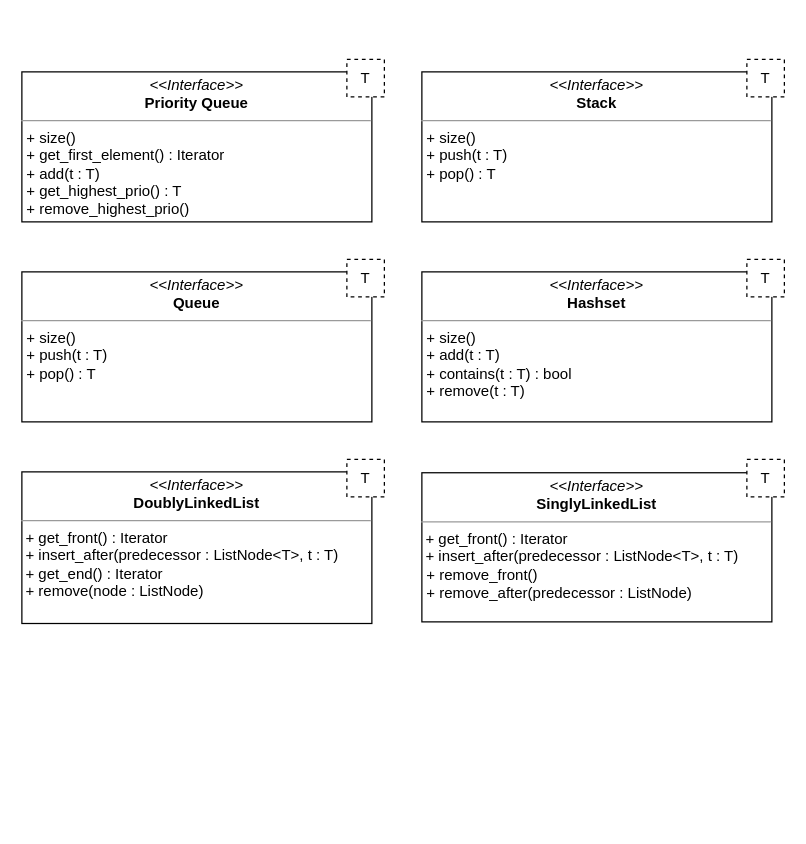
Earlier version of the draw.io diagram docs/User Interface/user_interface.drawio (christiangoerdes/Data-Structures). Source tidied: cells renumbered, new cells numbered last; positions are measured from the earlier drawing's top-left corner, leaving out a move shared by most shapes. Both pictures are drawn from the tidied source at 125%, with x=0, y=0 at pixel (21, 59).
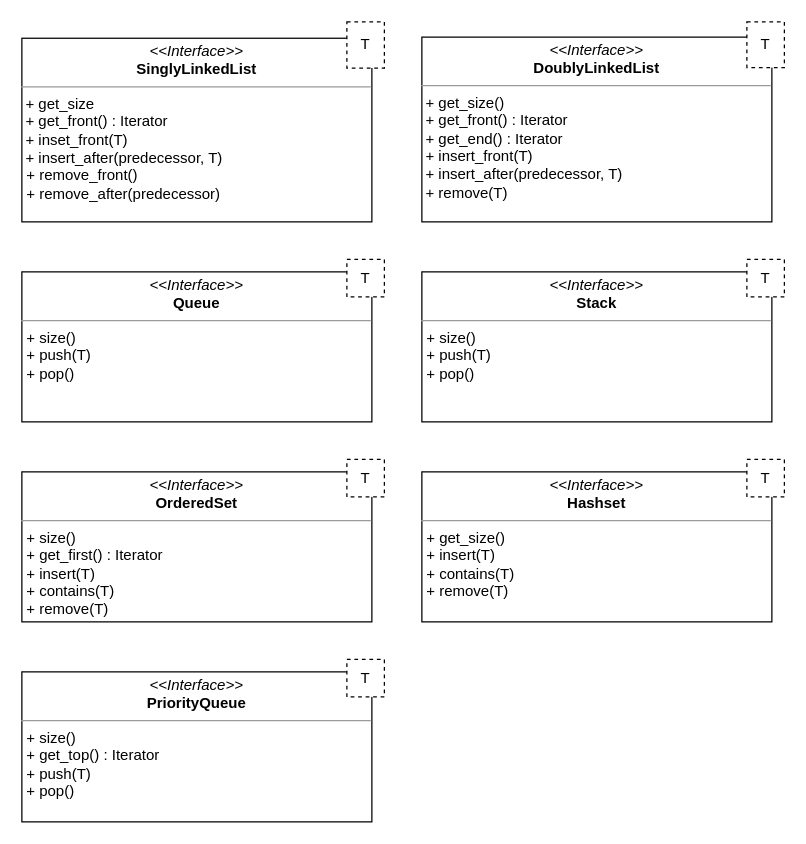
After the change.

The change refers to these unchanged cells:
```xml
<mxCell id="8" style="group;" parent="1" vertex="1">
  <mxGeometry y="160" width="290" height="130" as="geometry" />
</mxCell>
```

The edit, as a diff of the source:
```diff
@@
     <mxCell id="2" style="group;" parent="1" vertex="1">
-      <mxGeometry y="320" width="290" height="131.3" as="geometry" />
+      <mxGeometry x="320" y="-30" width="290" height="160" as="geometry" />
     </mxCell>
-    <mxCell id="3" value="&lt;p style=&quot;margin:0px;margin-top:4px;text-align:center;&quot;&gt;&lt;i&gt;&amp;lt;&amp;lt;Interface&amp;gt;&amp;gt;&lt;/i&gt;&lt;br&gt;&lt;b&gt;DoublyLinkedList&lt;/b&gt;&lt;/p&gt;&lt;hr size=&quot;1&quot;&gt;&amp;nbsp;+ get_front() : Iterator&lt;br&gt;&lt;div&gt;&amp;nbsp;+ insert_after(predecessor : ListNode&amp;lt;T&amp;gt;, t : T)&lt;/div&gt;&lt;div&gt;&amp;nbsp;+ get_end() : Iterator&lt;/div&gt;&lt;div&gt;&amp;nbsp;+ remove(node : ListNode)&lt;/div&gt;" style="verticalAlign=top;align=left;overflow=fill;fontSize=12;fontFamily=Helvetica;html=1;whiteSpace=wrap;" parent="2" vertex="1">
-      <mxGeometry y="10" width="280" height="121.3" as="geometry" />
+    <mxCell id="3" value="&lt;p style=&quot;margin:0px;margin-top:4px;text-align:center;&quot;&gt;&lt;i&gt;&amp;lt;&amp;lt;Interface&amp;gt;&amp;gt;&lt;/i&gt;&lt;br&gt;&lt;b&gt;DoublyLinkedList&lt;/b&gt;&lt;/p&gt;&lt;hr size=&quot;1&quot;&gt;&amp;nbsp;+ get_size()&amp;nbsp;&lt;br&gt;&amp;nbsp;+ get_front() : Iterator&lt;br&gt;&amp;nbsp;+ get_end() : Iterator&lt;br&gt;&amp;nbsp;+ insert_front(T)&lt;br&gt;&lt;div&gt;&amp;nbsp;+ insert_after(predecessor, T)&lt;/div&gt;&lt;div&gt;&amp;nbsp;+ remove(T)&lt;/div&gt;" style="verticalAlign=top;align=left;overflow=fill;fontSize=12;fontFamily=Helvetica;html=1;whiteSpace=wrap;" parent="2" vertex="1">
+      <mxGeometry y="12.2" width="280" height="147.8" as="geometry" />
     </mxCell>
     <mxCell id="4" value="T" style="fontStyle=0;dashed=1;html=1;whiteSpace=wrap;" parent="2" vertex="1">
-      <mxGeometry x="260" width="30" height="30" as="geometry" />
+      <mxGeometry x="260" width="30" height="36.6" as="geometry" />
     </mxCell>
-    <mxCell id="5" style="group;" parent="1" vertex="1">
-      <mxGeometry x="320" y="160" width="290" height="130" as="geometry" />
-    </mxCell>
-    <mxCell id="6" value="&lt;p style=&quot;margin:0px;margin-top:4px;text-align:center;&quot;&gt;&lt;i&gt;&amp;lt;&amp;lt;Interface&amp;gt;&amp;gt;&lt;/i&gt;&lt;br&gt;&lt;b&gt;Hashset&lt;/b&gt;&lt;/p&gt;&lt;hr size=&quot;1&quot;&gt;&lt;p style=&quot;margin:0px;margin-left:4px;&quot;&gt;+ size()&amp;nbsp;&lt;/p&gt;&lt;p style=&quot;margin:0px;margin-left:4px;&quot;&gt;+ add(t : T)&lt;/p&gt;&lt;p style=&quot;margin:0px;margin-left:4px;&quot;&gt;+ contains(t : T) : bool&lt;/p&gt;&lt;p style=&quot;margin:0px;margin-left:4px;&quot;&gt;+ remove(t : T)&lt;/p&gt;" style="verticalAlign=top;align=left;overflow=fill;fontSize=12;fontFamily=Helvetica;html=1;whiteSpace=wrap;" parent="5" vertex="1">
-      <mxGeometry y="10" width="280" height="120" as="geometry" />
-    </mxCell>
-    <mxCell id="7" value="T" style="fontStyle=0;dashed=1;html=1;whiteSpace=wrap;" parent="5" vertex="1">
-      <mxGeometry x="260" width="30" height="30" as="geometry" />
-    </mxCell>
@@
-    <mxCell id="9" value="&lt;p style=&quot;margin:0px;margin-top:4px;text-align:center;&quot;&gt;&lt;i&gt;&amp;lt;&amp;lt;Interface&amp;gt;&amp;gt;&lt;/i&gt;&lt;br&gt;&lt;b&gt;Queue&lt;/b&gt;&lt;/p&gt;&lt;hr size=&quot;1&quot;&gt;&lt;p style=&quot;border-color: var(--border-color); margin: 0px 0px 0px 4px;&quot;&gt;+ size()&amp;nbsp;&lt;/p&gt;&lt;p style=&quot;border-color: var(--border-color); margin: 0px 0px 0px 4px;&quot;&gt;+ push(t : T)&lt;/p&gt;&lt;p style=&quot;border-color: var(--border-color); margin: 0px 0px 0px 4px;&quot;&gt;+ pop() : T&lt;/p&gt;" style="verticalAlign=top;align=left;overflow=fill;fontSize=12;fontFamily=Helvetica;html=1;whiteSpace=wrap;" parent="8" vertex="1">
+    <mxCell id="9" value="&lt;p style=&quot;margin:0px;margin-top:4px;text-align:center;&quot;&gt;&lt;i&gt;&amp;lt;&amp;lt;Interface&amp;gt;&amp;gt;&lt;/i&gt;&lt;br&gt;&lt;b&gt;Queue&lt;/b&gt;&lt;/p&gt;&lt;hr size=&quot;1&quot;&gt;&lt;p style=&quot;border-color: var(--border-color); margin: 0px 0px 0px 4px;&quot;&gt;+ size()&amp;nbsp;&lt;/p&gt;&lt;p style=&quot;border-color: var(--border-color); margin: 0px 0px 0px 4px;&quot;&gt;+ push(T)&lt;/p&gt;&lt;p style=&quot;border-color: var(--border-color); margin: 0px 0px 0px 4px;&quot;&gt;+ pop()&lt;/p&gt;" style="verticalAlign=top;align=left;overflow=fill;fontSize=12;fontFamily=Helvetica;html=1;whiteSpace=wrap;" parent="8" vertex="1">
       <mxGeometry y="10" width="280" height="120" as="geometry" />
     </mxCell>
@@
     <mxCell id="11" style="group;" parent="1" vertex="1">
-      <mxGeometry x="320" y="320" width="290" height="130" as="geometry" />
+      <mxGeometry y="-30" width="290" height="160" as="geometry" />
     </mxCell>
-    <mxCell id="12" value="&lt;p style=&quot;margin:0px;margin-top:4px;text-align:center;&quot;&gt;&lt;i&gt;&amp;lt;&amp;lt;Interface&amp;gt;&amp;gt;&lt;/i&gt;&lt;br&gt;&lt;b&gt;SinglyLinkedList&lt;/b&gt;&lt;/p&gt;&lt;hr size=&quot;1&quot;&gt;&amp;nbsp;+ get_front() : Iterator&lt;br&gt;&amp;nbsp;+ insert_after(predecessor : ListNode&amp;lt;T&amp;gt;, t : T)&lt;b&gt;&lt;br&gt;&lt;/b&gt;&lt;p style=&quot;margin:0px;margin-left:4px;&quot;&gt;+ remove_front()&lt;/p&gt;&lt;p style=&quot;margin:0px;margin-left:4px;&quot;&gt;+ remove_after(predecessor : ListNode)&lt;/p&gt;" style="verticalAlign=top;align=left;overflow=fill;fontSize=12;fontFamily=Helvetica;html=1;whiteSpace=wrap;" parent="11" vertex="1">
-      <mxGeometry y="10.7" width="280" height="119.3" as="geometry" />
+    <mxCell id="12" value="&lt;p style=&quot;margin:0px;margin-top:4px;text-align:center;&quot;&gt;&lt;i&gt;&amp;lt;&amp;lt;Interface&amp;gt;&amp;gt;&lt;/i&gt;&lt;br&gt;&lt;b&gt;SinglyLinkedList&lt;/b&gt;&lt;/p&gt;&lt;hr size=&quot;1&quot;&gt;&amp;nbsp;+ get_size&amp;nbsp;&lt;br&gt;&amp;nbsp;+ get_front() : Iterator&lt;br&gt;&amp;nbsp;+ inset_front(T)&lt;br&gt;&amp;nbsp;+ insert_after(predecessor, T)&lt;b&gt;&lt;br&gt;&lt;/b&gt;&lt;p style=&quot;margin:0px;margin-left:4px;&quot;&gt;+ remove_front()&lt;/p&gt;&lt;p style=&quot;margin:0px;margin-left:4px;&quot;&gt;+ remove_after(predecessor)&lt;/p&gt;" style="verticalAlign=top;align=left;overflow=fill;fontSize=12;fontFamily=Helvetica;html=1;whiteSpace=wrap;" parent="11" vertex="1">
+      <mxGeometry y="13.1" width="280" height="146.9" as="geometry" />
     </mxCell>
     <mxCell id="13" value="T" style="fontStyle=0;dashed=1;html=1;whiteSpace=wrap;" parent="11" vertex="1">
-      <mxGeometry x="260" width="30" height="30" as="geometry" />
+      <mxGeometry x="260" width="30" height="36.9" as="geometry" />
     </mxCell>
     <mxCell id="14" style="group;" parent="1" vertex="1">
-      <mxGeometry width="290" height="130" as="geometry" />
+      <mxGeometry y="480" width="290" height="130" as="geometry" />
     </mxCell>
-    <mxCell id="15" value="&lt;p style=&quot;margin:0px;margin-top:4px;text-align:center;&quot;&gt;&lt;i&gt;&amp;lt;&amp;lt;Interface&amp;gt;&amp;gt;&lt;/i&gt;&lt;br&gt;&lt;b&gt;Priority Queue&lt;/b&gt;&lt;/p&gt;&lt;hr size=&quot;1&quot;&gt;&lt;p style=&quot;margin:0px;margin-left:4px;&quot;&gt;+ size()&amp;nbsp;&lt;/p&gt;&lt;p style=&quot;margin:0px;margin-left:4px;&quot;&gt;&lt;span style=&quot;background-color: initial;&quot;&gt;+ get_first_element() : Iterator&lt;/span&gt;&lt;/p&gt;&lt;p style=&quot;margin:0px;margin-left:4px;&quot;&gt;+ add(t : T)&lt;/p&gt;&lt;p style=&quot;margin:0px;margin-left:4px;&quot;&gt;+ get_highest_prio() : T&lt;/p&gt;&lt;p style=&quot;margin:0px;margin-left:4px;&quot;&gt;+ remove_highest_prio()&lt;/p&gt;" style="verticalAlign=top;align=left;overflow=fill;fontSize=12;fontFamily=Helvetica;html=1;whiteSpace=wrap;" parent="14" vertex="1">
+    <mxCell id="15" value="&lt;p style=&quot;margin:0px;margin-top:4px;text-align:center;&quot;&gt;&lt;i&gt;&amp;lt;&amp;lt;Interface&amp;gt;&amp;gt;&lt;/i&gt;&lt;br&gt;&lt;b&gt;PriorityQueue&lt;/b&gt;&lt;/p&gt;&lt;hr size=&quot;1&quot;&gt;&lt;p style=&quot;margin:0px;margin-left:4px;&quot;&gt;+ size()&amp;nbsp;&lt;/p&gt;&lt;p style=&quot;margin:0px;margin-left:4px;&quot;&gt;&lt;span style=&quot;background-color: initial;&quot;&gt;+ get_top() : Iterator&lt;/span&gt;&lt;/p&gt;&lt;p style=&quot;margin:0px;margin-left:4px;&quot;&gt;+ push(T)&lt;/p&gt;&lt;p style=&quot;margin:0px;margin-left:4px;&quot;&gt;+ pop()&lt;/p&gt;" style="verticalAlign=top;align=left;overflow=fill;fontSize=12;fontFamily=Helvetica;html=1;whiteSpace=wrap;" parent="14" vertex="1">
       <mxGeometry y="10" width="280" height="120" as="geometry" />
     </mxCell>
@@
     <mxCell id="17" style="group;" parent="1" vertex="1">
-      <mxGeometry x="320" width="290" height="130" as="geometry" />
+      <mxGeometry x="320" y="160" width="290" height="130" as="geometry" />
     </mxCell>
-    <mxCell id="18" value="&lt;p style=&quot;margin:0px;margin-top:4px;text-align:center;&quot;&gt;&lt;i&gt;&amp;lt;&amp;lt;Interface&amp;gt;&amp;gt;&lt;/i&gt;&lt;br&gt;&lt;b&gt;Stack&lt;/b&gt;&lt;/p&gt;&lt;hr size=&quot;1&quot;&gt;&lt;p style=&quot;margin:0px;margin-left:4px;&quot;&gt;+ size()&amp;nbsp;&lt;/p&gt;&lt;p style=&quot;margin:0px;margin-left:4px;&quot;&gt;+ push(t : T)&lt;/p&gt;&lt;p style=&quot;margin:0px;margin-left:4px;&quot;&gt;+ pop() : T&lt;/p&gt;" style="verticalAlign=top;align=left;overflow=fill;fontSize=12;fontFamily=Helvetica;html=1;whiteSpace=wrap;" parent="17" vertex="1">
+    <mxCell id="18" value="&lt;p style=&quot;margin:0px;margin-top:4px;text-align:center;&quot;&gt;&lt;i&gt;&amp;lt;&amp;lt;Interface&amp;gt;&amp;gt;&lt;/i&gt;&lt;br&gt;&lt;b&gt;Stack&lt;/b&gt;&lt;/p&gt;&lt;hr size=&quot;1&quot;&gt;&lt;p style=&quot;margin:0px;margin-left:4px;&quot;&gt;+ size()&amp;nbsp;&lt;/p&gt;&lt;p style=&quot;margin:0px;margin-left:4px;&quot;&gt;+ push(T)&lt;/p&gt;&lt;p style=&quot;margin:0px;margin-left:4px;&quot;&gt;+ pop()&lt;/p&gt;" style="verticalAlign=top;align=left;overflow=fill;fontSize=12;fontFamily=Helvetica;html=1;whiteSpace=wrap;" parent="17" vertex="1">
       <mxGeometry y="10" width="280" height="120" as="geometry" />
     </mxCell>
@@
+    <mxCell id="20" style="group;" parent="1" vertex="1">
+      <mxGeometry x="320" y="320" width="290" height="130" as="geometry" />
+    </mxCell>
+    <mxCell id="21" value="&lt;p style=&quot;margin:0px;margin-top:4px;text-align:center;&quot;&gt;&lt;i&gt;&amp;lt;&amp;lt;Interface&amp;gt;&amp;gt;&lt;/i&gt;&lt;br&gt;&lt;b&gt;Hashset&lt;/b&gt;&lt;/p&gt;&lt;hr size=&quot;1&quot;&gt;&lt;p style=&quot;margin:0px;margin-left:4px;&quot;&gt;+ get_size()&amp;nbsp;&lt;/p&gt;&lt;p style=&quot;margin:0px;margin-left:4px;&quot;&gt;+ insert(T)&lt;/p&gt;&lt;p style=&quot;margin:0px;margin-left:4px;&quot;&gt;+ contains(T)&lt;/p&gt;&lt;p style=&quot;margin:0px;margin-left:4px;&quot;&gt;+ remove(T)&lt;/p&gt;" style="verticalAlign=top;align=left;overflow=fill;fontSize=12;fontFamily=Helvetica;html=1;whiteSpace=wrap;" parent="20" vertex="1">
+      <mxGeometry y="10" width="280" height="120" as="geometry" />
+    </mxCell>
+    <mxCell id="22" value="T" style="fontStyle=0;dashed=1;html=1;whiteSpace=wrap;" parent="20" vertex="1">
+      <mxGeometry x="260" width="30" height="30" as="geometry" />
+    </mxCell>
+    <mxCell id="23" style="group;" parent="1" vertex="1">
+      <mxGeometry y="320" width="290" height="130" as="geometry" />
+    </mxCell>
+    <mxCell id="24" value="&lt;p style=&quot;margin:0px;margin-top:4px;text-align:center;&quot;&gt;&lt;i&gt;&amp;lt;&amp;lt;Interface&amp;gt;&amp;gt;&lt;/i&gt;&lt;br&gt;&lt;b&gt;OrderedSet&lt;/b&gt;&lt;/p&gt;&lt;hr size=&quot;1&quot;&gt;&lt;p style=&quot;margin:0px;margin-left:4px;&quot;&gt;+ size()&amp;nbsp;&lt;/p&gt;&lt;p style=&quot;margin:0px;margin-left:4px;&quot;&gt;+ get_first() : Iterator&lt;/p&gt;&lt;p style=&quot;margin:0px;margin-left:4px;&quot;&gt;+ insert(T)&lt;/p&gt;&lt;p style=&quot;margin:0px;margin-left:4px;&quot;&gt;+ contains(T)&lt;/p&gt;&lt;p style=&quot;margin:0px;margin-left:4px;&quot;&gt;+ remove(T)&lt;/p&gt;" style="verticalAlign=top;align=left;overflow=fill;fontSize=12;fontFamily=Helvetica;html=1;whiteSpace=wrap;" parent="23" vertex="1">
+      <mxGeometry y="10" width="280" height="120" as="geometry" />
+    </mxCell>
+    <mxCell id="25" value="T" style="fontStyle=0;dashed=1;html=1;whiteSpace=wrap;" parent="23" vertex="1">
+      <mxGeometry x="260" width="30" height="30" as="geometry" />
+    </mxCell>
```
